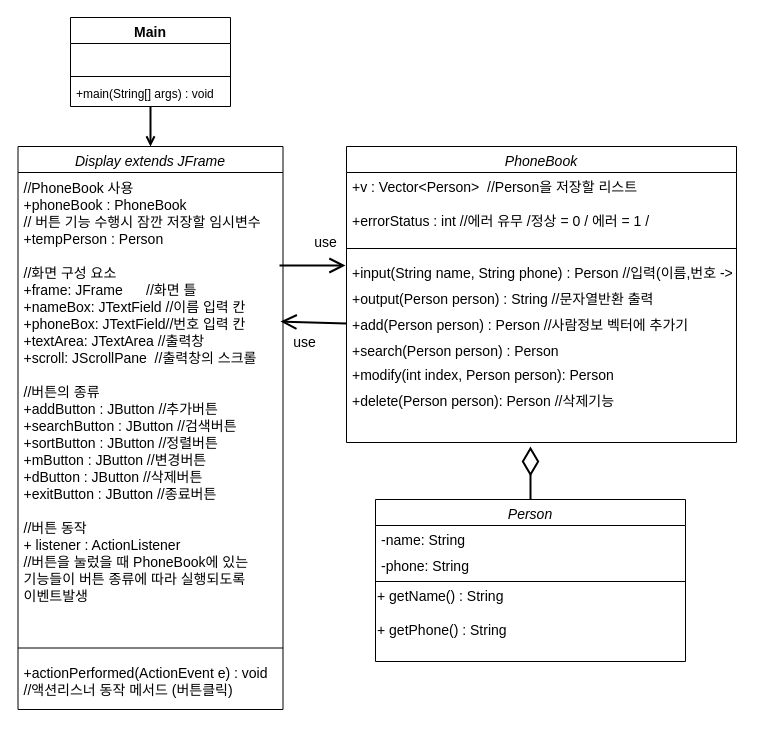
Before: 순서도/전화번호부 클래스다이어그램_java.drawio in skatld123/PH_list_java, a draw.io diagram. Source tidied: cells renumbered, new cells numbered last; positions are measured from the earlier drawing's top-left corner, leaving out a move shared by most shapes. Both pictures are drawn from the tidied source at 100%, with x=0, y=0 at pixel (17, 17).
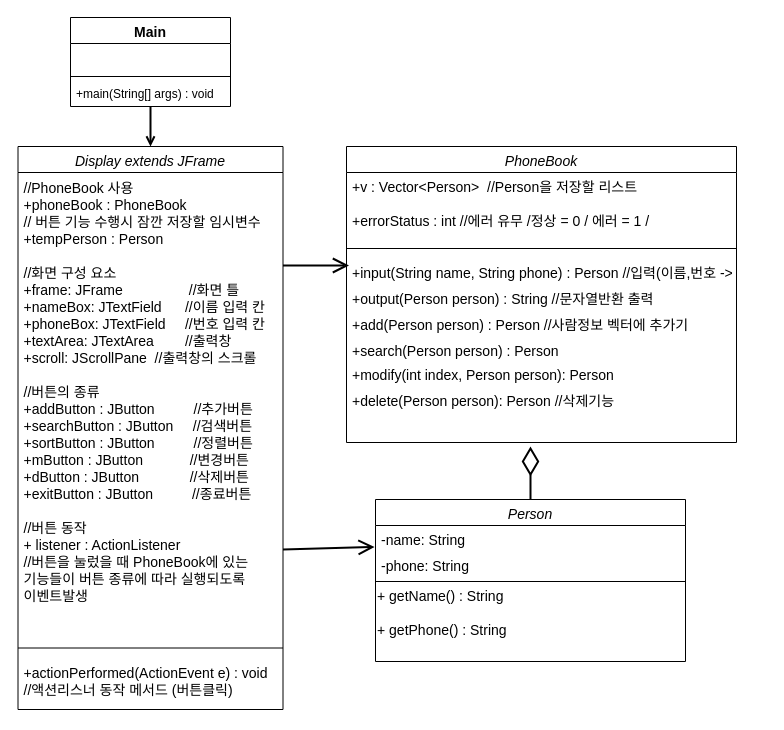
Above is the later version.

Commit message:
전화번호부 클래스다이어그램_java.drawio 업데이트

The change refers to these unchanged cells:
```xml
<mxCell id="7" value="+add(Person person) : Person //사람정보 벡터에 추가기" style="text;strokeColor=none;fillColor=none;align=left;verticalAlign=top;spacingLeft=4;spacingRight=4;overflow=hidden;points=[[0,0.5],[1,0.5]];portConstraint=eastwest;fontSize=14;" parent="2" vertex="1">
  <mxGeometry y="164" width="390" height="26" as="geometry" />
</mxCell>
<mxCell id="13" value="-phone: String" style="text;align=left;verticalAlign=top;spacingLeft=4;spacingRight=4;overflow=hidden;points=[[0,0.5],[1,0.5]];portConstraint=eastwest;rounded=0;shadow=0;html=0;fontSize=14;" parent="11" vertex="1">
  <mxGeometry y="52" width="310" height="26" as="geometry" />
</mxCell>
<mxCell id="16" value="Display extends JFrame" style="swimlane;fontStyle=2;align=center;verticalAlign=top;horizontal=1;startSize=26;fontSize=14;" parent="1" vertex="1">
  <mxGeometry x="0.5" y="129" width="265" height="563" as="geometry" />
</mxCell>
```

Diff of the diagram source:
```diff
@@
-    <mxCell id="17" value="//PhoneBook 사용&#10;+phoneBook : PhoneBook&#10;// 버튼 기능 수행시 잠깐 저장할 임시변수&#10;+tempPerson : Person&#10;&#10;//화면 구성 요소&#10;+frame: JFrame      //화면 틀&#10;+nameBox: JTextField //이름 입력 칸&#10;+phoneBox: JTextField//번호 입력 칸&#10;+textArea: JTextArea //출력창&#10;+scroll: JScrollPane  //출력창의 스크롤&#10;&#10;//버튼의 종류&#10;+addButton : JButton //추가버튼&#10;+searchButton : JButton //검색버튼&#10;+sortButton : JButton //정렬버튼&#10;+mButton : JButton //변경버튼&#10;+dButton : JButton //삭제버튼&#10;+exitButton : JButton //종료버튼&#10;&#10;//버튼 동작&#10;+ listener : ActionListener&#10;//버튼을 눌렀을 때 PhoneBook에 있는 &#10;기능들이 버튼 종류에 따라 실행되도록 &#10;이벤트발생&#10;" style="text;strokeColor=none;fillColor=none;align=left;verticalAlign=top;spacingLeft=4;spacingRight=4;overflow=hidden;spacing=2;spacingTop=1;fontSize=14;" parent="16" vertex="1">
+    <mxCell id="17" value="//PhoneBook 사용&#10;+phoneBook : PhoneBook&#10;// 버튼 기능 수행시 잠깐 저장할 임시변수&#10;+tempPerson : Person&#10;&#10;//화면 구성 요소&#10;+frame: JFrame                 //화면 틀&#10;+nameBox: JTextField      //이름 입력 칸&#10;+phoneBox: JTextField     //번호 입력 칸&#10;+textArea: JTextArea        //출력창&#10;+scroll: JScrollPane  //출력창의 스크롤&#10;&#10;//버튼의 종류&#10;+addButton : JButton          //추가버튼&#10;+searchButton : JButton     //검색버튼&#10;+sortButton : JButton          //정렬버튼&#10;+mButton : JButton            //변경버튼&#10;+dButton : JButton             //삭제버튼&#10;+exitButton : JButton          //종료버튼&#10;&#10;//버튼 동작&#10;+ listener : ActionListener&#10;//버튼을 눌렀을 때 PhoneBook에 있는 &#10;기능들이 버튼 종류에 따라 실행되도록 &#10;이벤트발생&#10;" style="text;strokeColor=none;fillColor=none;align=left;verticalAlign=top;spacingLeft=4;spacingRight=4;overflow=hidden;spacing=2;spacingTop=1;fontSize=14;" parent="16" vertex="1">
       <mxGeometry y="26" width="265" height="465" as="geometry" />
     </mxCell>
@@
-    <mxCell id="25" value="use" style="endArrow=open;endFill=1;endSize=12;html=1;strokeWidth=2;fontSize=14;" parent="1" edge="1">
-      <mxGeometry x="0.39" y="23" relative="1" as="geometry">
-        <mxPoint x="262" y="248" as="sourcePoint" />
-        <mxPoint x="328" y="248" as="targetPoint" />
+    <mxCell id="25" style="endArrow=open;endFill=1;endSize=12;html=1;strokeWidth=2;fontSize=14;" parent="1" edge="1">
+      <mxGeometry x="0.39" y="30" relative="1" as="geometry">
+        <mxPoint x="265.5" y="248" as="sourcePoint" />
+        <mxPoint x="331.5" y="248" as="targetPoint" />
       </mxGeometry>
     </mxCell>
@@
-    <mxCell id="27" value="use" style="endArrow=open;endFill=1;endSize=12;html=1;strokeWidth=2;fontSize=14;exitX=0;exitY=0.5;exitDx=0;exitDy=0;" parent="1" edge="1" source="7">
-      <mxGeometry x="0.25" y="20" relative="1" as="geometry">
-        <mxPoint x="263" y="304" as="targetPoint" />
-      </mxGeometry>
-    </mxCell>
+    <mxCell id="28" style="endArrow=open;endFill=1;endSize=12;html=1;strokeWidth=2;fontSize=14;entryX=-0.003;entryY=-0.176;entryDx=0;entryDy=0;entryPerimeter=0;" parent="1" edge="1" target="13">
+      <mxGeometry x="0.39" y="30" relative="1" as="geometry">
+        <mxPoint x="265.5" y="532" as="sourcePoint" />
+      </mxGeometry>
+    </mxCell>
```
